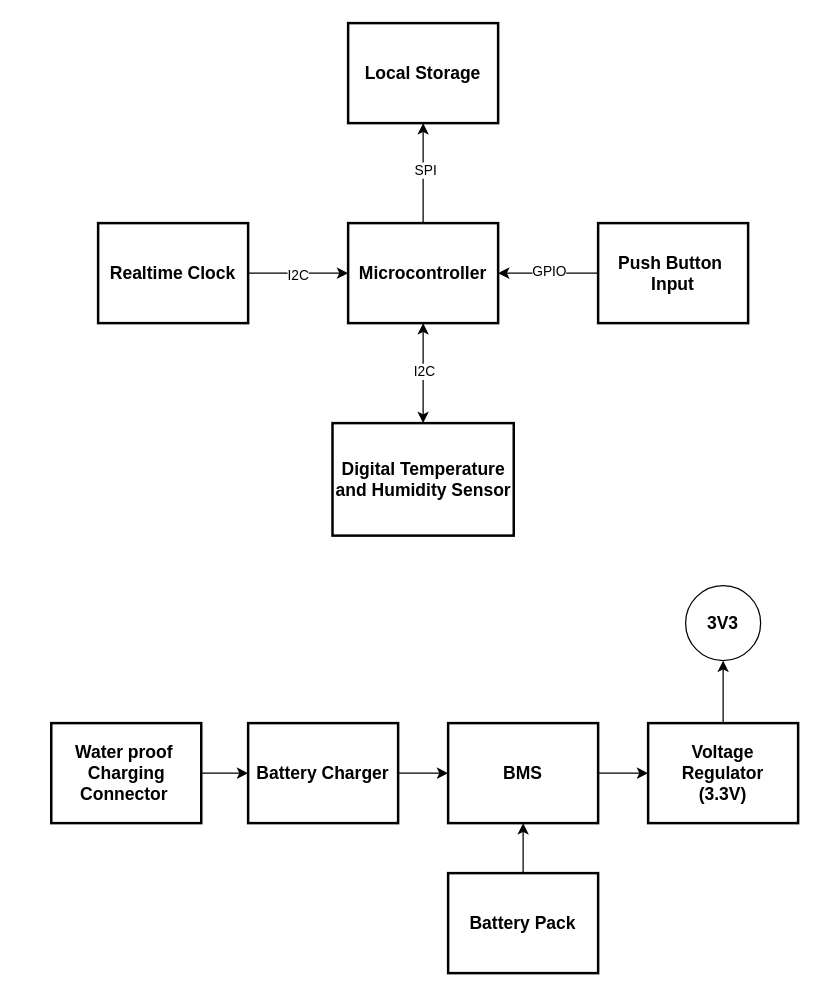
Above: LowPower_DataLogger_Block1.drawio in ashan456/LowPowerDataLogger (draw.io), before the change. Source tidied: cells renumbered, new cells numbered last; positions are measured from the earlier drawing's top-left corner, leaving out a move shared by most shapes. Both pictures are drawn from the tidied source at 125%, with x=0, y=0 at pixel (50, 22).
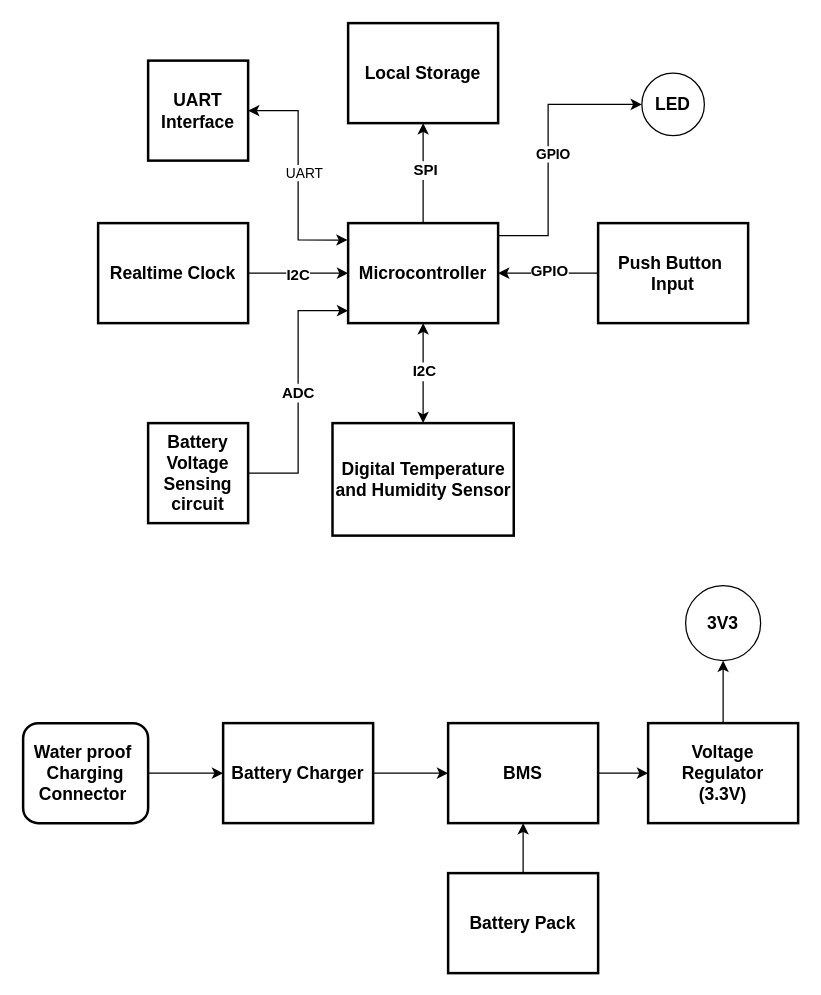
The same diagram, later.

The change refers to these unchanged cells:
```xml
<mxCell id="2" style="edgeStyle=orthogonalEdgeStyle;rounded=0;jettySize=auto;html=1;entryX=0.5;entryY=0;entryDx=0;entryDy=0;startArrow=classic;startFill=1;" parent="1" edge="1" source="6" target="7">
  <mxGeometry relative="1" as="geometry" />
</mxCell>
<mxCell id="4" style="edgeStyle=orthogonalEdgeStyle;rounded=0;jettySize=auto;html=1;entryX=0.5;entryY=1;entryDx=0;entryDy=0;" parent="1" edge="1" source="6" target="8">
  <mxGeometry relative="1" as="geometry" />
</mxCell>
<mxCell id="6" value="&lt;b&gt;&lt;font style=&quot;font-size: 14px;&quot;&gt;Microcontroller&lt;/font&gt;&lt;/b&gt;" style="rounded=0;whiteSpace=wrap;html=1;strokeWidth=2;" parent="1" vertex="1">
  <mxGeometry x="238" y="160" width="120" height="80" as="geometry" />
</mxCell>
<mxCell id="9" style="edgeStyle=orthogonalEdgeStyle;rounded=0;jettySize=auto;html=1;entryX=0;entryY=0.5;entryDx=0;entryDy=0;" parent="1" edge="1" source="11" target="6">
  <mxGeometry relative="1" as="geometry" />
</mxCell>
<mxCell id="12" style="edgeStyle=orthogonalEdgeStyle;rounded=0;jettySize=auto;html=1;entryX=1;entryY=0.5;entryDx=0;entryDy=0;" parent="1" edge="1" source="14" target="6">
  <mxGeometry relative="1" as="geometry" />
</mxCell>
```

The edit, as a diff of the source:
```diff
@@
-    <mxCell id="3" value="I2C" style="edgeLabel;html=1;align=center;verticalAlign=middle;" parent="2" vertex="1">
+    <mxCell id="3" value="I2C" style="edgeLabel;html=1;align=center;verticalAlign=middle;fontStyle=1;fontSize=12;" parent="2" vertex="1">
       <mxGeometry x="-0.04" relative="1" as="geometry" />
     </mxCell>
@@
-    <mxCell id="5" value="SPI" style="edgeLabel;html=1;align=center;verticalAlign=middle;" parent="4" vertex="1">
+    <mxCell id="5" value="SPI" style="edgeLabel;html=1;align=center;verticalAlign=middle;fontStyle=1;fontSize=12;" parent="4" vertex="1">
       <mxGeometry x="0.08" y="-1" relative="1" as="geometry" />
     </mxCell>
@@
-    <mxCell id="10" value="I2C" style="edgeLabel;html=1;align=center;verticalAlign=middle;" parent="9" vertex="1">
+    <mxCell id="10" value="I2C" style="edgeLabel;html=1;align=center;verticalAlign=middle;fontStyle=1;fontSize=12;" parent="9" vertex="1">
       <mxGeometry x="-0.02" y="-1" relative="1" as="geometry" />
     </mxCell>
@@
-    <mxCell id="13" value="GPIO" style="edgeLabel;html=1;align=center;verticalAlign=middle;" parent="12" vertex="1">
+    <mxCell id="13" value="GPIO" style="edgeLabel;html=1;align=center;verticalAlign=middle;fontStyle=1;fontSize=12;" parent="12" vertex="1">
       <mxGeometry x="-0.01" y="-2" relative="1" as="geometry" />
     </mxCell>
@@
     <mxCell id="16" value="&lt;b&gt;&lt;font style=&quot;font-size: 14px;&quot;&gt;Battery Charger&lt;/font&gt;&lt;/b&gt;" style="rounded=0;whiteSpace=wrap;html=1;strokeWidth=2;" parent="1" vertex="1">
-      <mxGeometry x="158" y="560" width="120" height="80" as="geometry" />
+      <mxGeometry x="138" y="560" width="120" height="80" as="geometry" />
     </mxCell>
@@
-    <mxCell id="24" value="&lt;b&gt;&lt;font style=&quot;font-size: 14px;&quot;&gt;Water proof&amp;nbsp; Charging Connector&amp;nbsp;&lt;/font&gt;&lt;/b&gt;" style="rounded=0;whiteSpace=wrap;html=1;strokeWidth=2;" parent="1" vertex="1">
-      <mxGeometry x="0.5" y="560" width="120" height="80" as="geometry" />
+    <mxCell id="24" value="&lt;b&gt;&lt;font style=&quot;font-size: 14px;&quot;&gt;Water proof&amp;nbsp; Charging Connector&amp;nbsp;&lt;/font&gt;&lt;/b&gt;" style="rounded=1;whiteSpace=wrap;html=1;strokeWidth=2;" parent="1" vertex="1">
+      <mxGeometry x="-22" y="560" width="100" height="80" as="geometry" />
     </mxCell>
@@
+    <mxCell id="26" value="&lt;span style=&quot;font-size: 14px;&quot;&gt;&lt;b&gt;Battery Voltage Sensing&lt;/b&gt;&lt;/span&gt;&lt;div&gt;&lt;span style=&quot;font-size: 14px;&quot;&gt;&lt;b&gt;circuit&lt;/b&gt;&lt;/span&gt;&lt;/div&gt;" style="rounded=0;whiteSpace=wrap;html=1;strokeWidth=2;" parent="1" vertex="1">
+      <mxGeometry x="78" y="320" width="80" height="80" as="geometry" />
+    </mxCell>
+    <mxCell id="27" style="edgeStyle=orthogonalEdgeStyle;rounded=0;jettySize=auto;html=1;entryX=0;entryY=0.875;entryDx=0;entryDy=0;entryPerimeter=0;" parent="1" edge="1" source="26" target="6">
+      <mxGeometry relative="1" as="geometry" />
+    </mxCell>
+    <mxCell id="28" value="ADC" style="edgeLabel;html=1;align=center;verticalAlign=middle;fontStyle=1;fontSize=12;" parent="27" vertex="1">
+      <mxGeometry y="1" relative="1" as="geometry" />
+    </mxCell>
+    <mxCell id="29" value="&lt;span style=&quot;font-size: 14px;&quot;&gt;&lt;b&gt;UART Interface&lt;/b&gt;&lt;/span&gt;" style="rounded=0;whiteSpace=wrap;html=1;strokeWidth=2;" parent="1" vertex="1">
+      <mxGeometry x="78" y="30" width="80" height="80" as="geometry" />
+    </mxCell>
+    <mxCell id="30" style="edgeStyle=orthogonalEdgeStyle;rounded=0;jettySize=auto;html=1;entryX=-0.004;entryY=0.169;entryDx=0;entryDy=0;entryPerimeter=0;startArrow=classic;startFill=1;" parent="1" edge="1" source="29" target="6">
+      <mxGeometry relative="1" as="geometry" />
+    </mxCell>
+    <mxCell id="31" value="UART" style="edgeLabel;html=1;align=center;verticalAlign=middle;" parent="30" vertex="1">
+      <mxGeometry x="-0.03" y="4" relative="1" as="geometry" />
+    </mxCell>
+    <mxCell id="32" style="edgeStyle=orthogonalEdgeStyle;rounded=0;jettySize=auto;html=1;entryX=1;entryY=0.25;entryDx=0;entryDy=0;endArrow=none;endFill=0;startArrow=classic;startFill=1;" parent="1" edge="1" source="34" target="6">
+      <mxGeometry relative="1" as="geometry">
+        <Array as="points">
+          <mxPoint x="398" y="65" />
+          <mxPoint x="398" y="170" />
+          <mxPoint x="358" y="170" />
+        </Array>
+      </mxGeometry>
+    </mxCell>
+    <mxCell id="33" value="&lt;b&gt;GPIO&lt;/b&gt;" style="edgeLabel;html=1;align=center;verticalAlign=middle;" parent="32" vertex="1">
+      <mxGeometry x="-0.01" y="3" relative="1" as="geometry" />
+    </mxCell>
+    <mxCell id="34" value="&lt;b&gt;&lt;font style=&quot;font-size: 14px;&quot;&gt;LED&lt;/font&gt;&lt;/b&gt;" style="ellipse;whiteSpace=wrap;html=1;" parent="1" vertex="1">
+      <mxGeometry x="473" y="40" width="50" height="50" as="geometry" />
+    </mxCell>
```
